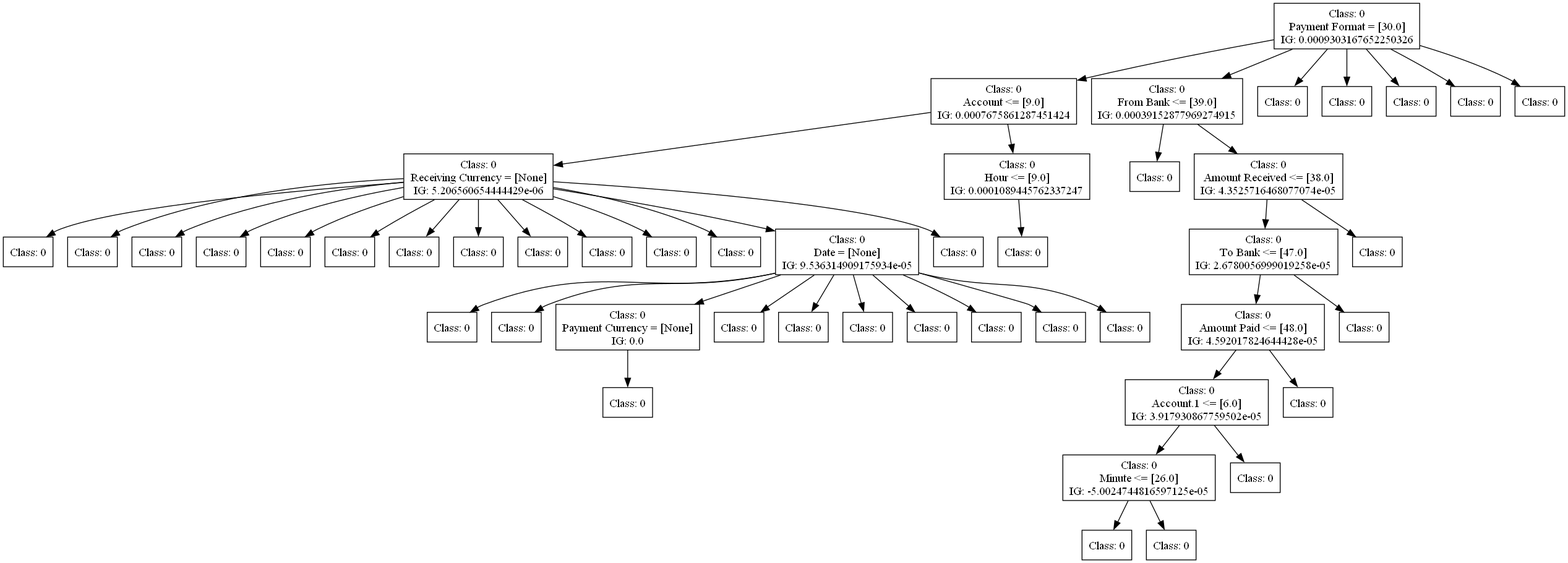
Before: dot_figs/tree-c45-wo_preprocessing.png, a diagram exported from Graphviz (FedericoBruzzone/anti-money-laundering). Its source is kept beside it as dot_figs/tree-c45-wo_preprocessing.dot.
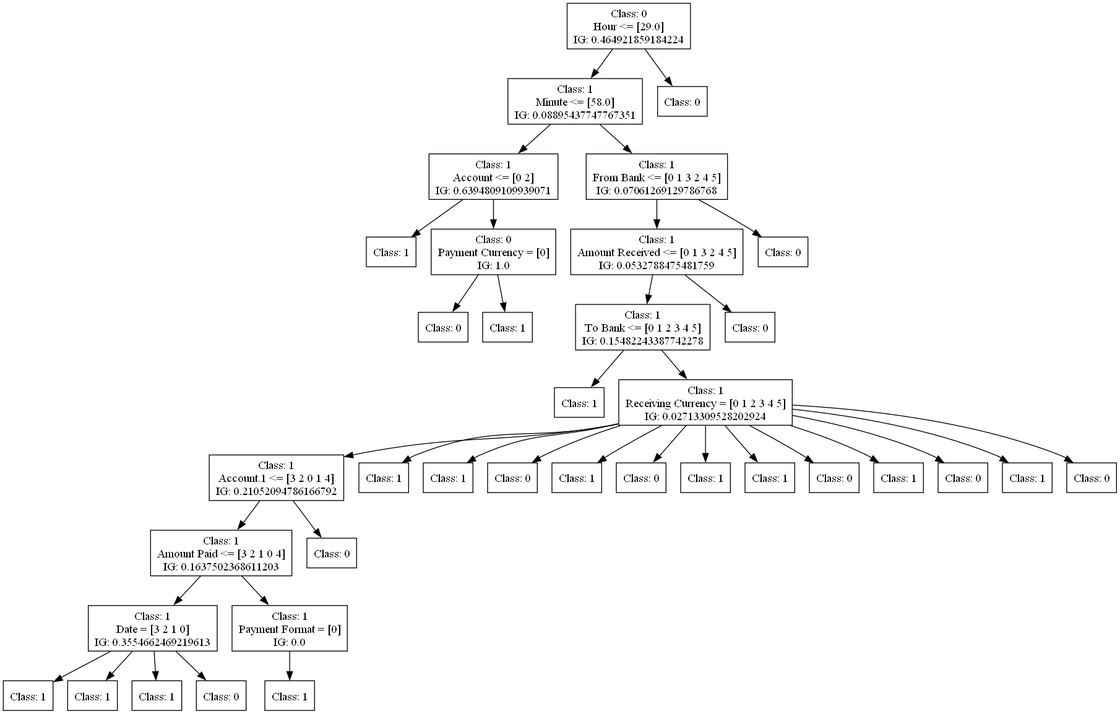
Above is the later version.

What changed in the source:
```diff
@@ -1,159 +1,126 @@
 digraph DecisionTree {
 	rankdir=TD;
 	node [shape=box];
-	1901316561056 [label="Class: 0
-Payment Format = [30.0]
-IG: 0.0009303167652250326"];
-	1909973559632 [label="Class: 0
-Account <= [9.0]
-IG: 0.0007675861287451424"];
-	1901316561056 -> 1909973559632;
-	1909973559920 [label="Class: 0
-Receiving Currency = [None]
-IG: 5.206560654444429e-06"];
-	1909973559632 -> 1909973559920;
-	1909973560208 [label="Class: 0
+	1814007350320 [label="Class: 0
+Hour <= [29.0]
+IG: 0.464921859184224"];
+	1812574096448 [label="Class: 1
+Minute <= [58.0]
+IG: 0.08895437747767351"];
+	1814007350320 -> 1812574096448;
+	1812574103696 [label="Class: 1
+Account <= [0 2]
+IG: 0.6394809109939071"];
+	1812574096448 -> 1812574103696;
+	1812574107248 [label="Class: 1
 "];
-	1909973559920 -> 1909973560208;
-	1909973553296 [label="Class: 0
+	1812574103696 -> 1812574107248;
+	1812574107680 [label="Class: 0
+Payment Currency = [0]
+IG: 1.0"];
+	1812574103696 -> 1812574107680;
+	1812574108928 [label="Class: 0
 "];
-	1909973559920 -> 1909973553296;
-	1909973556944 [label="Class: 0
+	1812574107680 -> 1812574108928;
+	1812574109408 [label="Class: 1
 "];
-	1909973559920 -> 1909973556944;
-	1909973557952 [label="Class: 0
+	1812574107680 -> 1812574109408;
+	1812574104128 [label="Class: 1
+From Bank <= [0 1 3 2 4 5]
+IG: 0.07061269129786768"];
+	1812574096448 -> 1812574104128;
+	1812722750736 [label="Class: 1
+Amount Received <= [0 1 3 2 4 5]
+IG: 0.0532788475481759"];
+	1812574104128 -> 1812722750736;
+	1812722755536 [label="Class: 1
+To Bank <= [0 1 2 3 4 5]
+IG: 0.15482243387742278"];
+	1812722750736 -> 1812722755536;
+	1812722760000 [label="Class: 1
 "];
-	1909973559920 -> 1909973557952;
-	1909973556176 [label="Class: 0
+	1812722755536 -> 1812722760000;
+	1812722760432 [label="Class: 1
+Receiving Currency = [0 1 2 3 4 5]
+IG: 0.02713309528202924"];
+	1812722755536 -> 1812722760432;
+	1812722813248 [label="Class: 1
+Account.1 <= [3 2 0 1 4]
+IG: 0.21052094786166792"];
+	1812722760432 -> 1812722813248;
+	1812722817232 [label="Class: 1
+Amount Paid <= [3 2 1 0 4]
+IG: 0.1637502368611203"];
+	1812722813248 -> 1812722817232;
+	1812722819104 [label="Class: 1
+Date = [3 2 1 0]
+IG: 0.3554662469219613"];
+	1812722817232 -> 1812722819104;
+	1812722821120 [label="Class: 1
 "];
-	1909973559920 -> 1909973556176;
-	1909973557904 [label="Class: 0
+	1812722819104 -> 1812722821120;
+	1812722820544 [label="Class: 1
 "];
-	1909973559920 -> 1909973557904;
-	1909973554784 [label="Class: 0
+	1812722819104 -> 1812722820544;
+	1812722820304 [label="Class: 1
 "];
-	1909973559920 -> 1909973554784;
-	1909973559296 [label="Class: 0
+	1812722819104 -> 1812722820304;
+	1812722818336 [label="Class: 0
 "];
-	1909973559920 -> 1909973559296;
-	1909973549360 [label="Class: 0
+	1812722819104 -> 1812722818336;
+	1812722819536 [label="Class: 1
+Payment Format = [0]
+IG: 0.0"];
+	1812722817232 -> 1812722819536;
+	1812722821696 [label="Class: 1
 "];
-	1909973559920 -> 1909973549360;
-	1909973559008 [label="Class: 0
+	1812722819536 -> 1812722821696;
+	1812722817664 [label="Class: 0
 "];
-	1909973559920 -> 1909973559008;
-	1909973552624 [label="Class: 0
+	1812722813248 -> 1812722817664;
+	1812722813920 [label="Class: 1
 "];
-	1909973559920 -> 1909973552624;
-	1909973551280 [label="Class: 0
+	1812722760432 -> 1812722813920;
+	1812722811424 [label="Class: 1
 "];
-	1909973559920 -> 1909973551280;
-	1909973553776 [label="Class: 0
-Date = [None]
-IG: 9.536314909175934e-05"];
-	1909973559920 -> 1909973553776;
-	1909973561120 [label="Class: 0
+	1812722760432 -> 1812722811424;
+	1812722813440 [label="Class: 0
 "];
-	1909973553776 -> 1909973561120;
-	1909973560976 [label="Class: 0
+	1812722760432 -> 1812722813440;
+	1812722812768 [label="Class: 1
 "];
-	1909973553776 -> 1909973560976;
-	1909973559536 [label="Class: 0
-Payment Currency = [None]
-IG: 0.0"];
-	1909973553776 -> 1909973559536;
-	1909973561456 [label="Class: 0
+	1812722760432 -> 1812722812768;
+	1812722813008 [label="Class: 0
 "];
-	1909973559536 -> 1909973561456;
-	1909973560784 [label="Class: 0
+	1812722760432 -> 1812722813008;
+	1812722813152 [label="Class: 1
 "];
-	1909973553776 -> 1909973560784;
-	1909973560832 [label="Class: 0
+	1812722760432 -> 1812722813152;
+	1812722813632 [label="Class: 1
 "];
-	1909973553776 -> 1909973560832;
-	1909973560160 [label="Class: 0
+	1812722760432 -> 1812722813632;
+	1812722813584 [label="Class: 0
 "];
-	1909973553776 -> 1909973560160;
-	1909973560544 [label="Class: 0
+	1812722760432 -> 1812722813584;
+	1812722814064 [label="Class: 1
 "];
-	1909973553776 -> 1909973560544;
-	1909973555744 [label="Class: 0
+	1812722760432 -> 1812722814064;
+	1812722814208 [label="Class: 0
 "];
-	1909973553776 -> 1909973555744;
-	1909973560592 [label="Class: 0
+	1812722760432 -> 1812722814208;
+	1812722814352 [label="Class: 1
 "];
-	1909973553776 -> 1909973560592;
-	1909973560304 [label="Class: 0
+	1812722760432 -> 1812722814352;
+	1812722814496 [label="Class: 0
 "];
-	1909973553776 -> 1909973560304;
-	1909973559152 [label="Class: 0
+	1812722760432 -> 1812722814496;
+	1812722755968 [label="Class: 0
 "];
-	1909973559920 -> 1909973559152;
-	1909973560400 [label="Class: 0
-Hour <= [9.0]
-IG: 0.0001089445762337247"];
-	1909973559632 -> 1909973560400;
-	1909973554688 [label="Class: 0
+	1812722750736 -> 1812722755968;
+	1812722751168 [label="Class: 0
 "];
-	1909973560400 -> 1909973554688;
-	1909973559968 [label="Class: 0
-From Bank <= [39.0]
-IG: 0.00039152877969274915"];
-	1901316561056 -> 1909973559968;
-	1909973561504 [label="Class: 0
+	1812574104128 -> 1812722751168;
+	1812574096880 [label="Class: 0
 "];
-	1909973559968 -> 1909973561504;
-	1909973562224 [label="Class: 0
-Amount Received <= [38.0]
-IG: 4.3525716468077074e-05"];
-	1909973559968 -> 1909973562224;
-	1909973561936 [label="Class: 0
-To Bank <= [47.0]
-IG: 2.6780056999019258e-05"];
-	1909973562224 -> 1909973561936;
-	1909973557616 [label="Class: 0
-Amount Paid <= [48.0]
-IG: 4.592017824644428e-05"];
-	1909973561936 -> 1909973557616;
-	1909973561024 [label="Class: 0
-Account.1 <= [6.0]
-IG: 3.917930867759502e-05"];
-	1909973557616 -> 1909973561024;
-	1909973561360 [label="Class: 0
-Minute <= [26.0]
-IG: -5.0024744816597125e-05"];
-	1909973561024 -> 1909973561360;
-	1909973559824 [label="Class: 0
-"];
-	1909973561360 -> 1909973559824;
-	1909973563184 [label="Class: 0
-"];
-	1909973561360 -> 1909973563184;
-	1909973562992 [label="Class: 0
-"];
-	1909973561024 -> 1909973562992;
-	1909973562800 [label="Class: 0
-"];
-	1909973557616 -> 1909973562800;
-	1909973562608 [label="Class: 0
-"];
-	1909973561936 -> 1909973562608;
-	1909973562416 [label="Class: 0
-"];
-	1909973562224 -> 1909973562416;
-	1909973557808 [label="Class: 0
-"];
-	1901316561056 -> 1909973557808;
-	1909973553824 [label="Class: 0
-"];
-	1901316561056 -> 1909973553824;
-	1909973553680 [label="Class: 0
-"];
-	1901316561056 -> 1909973553680;
-	1909973558864 [label="Class: 0
-"];
-	1901316561056 -> 1909973558864;
-	1909973557568 [label="Class: 0
-"];
-	1901316561056 -> 1909973557568;
+	1814007350320 -> 1812574096880;
 }
```
